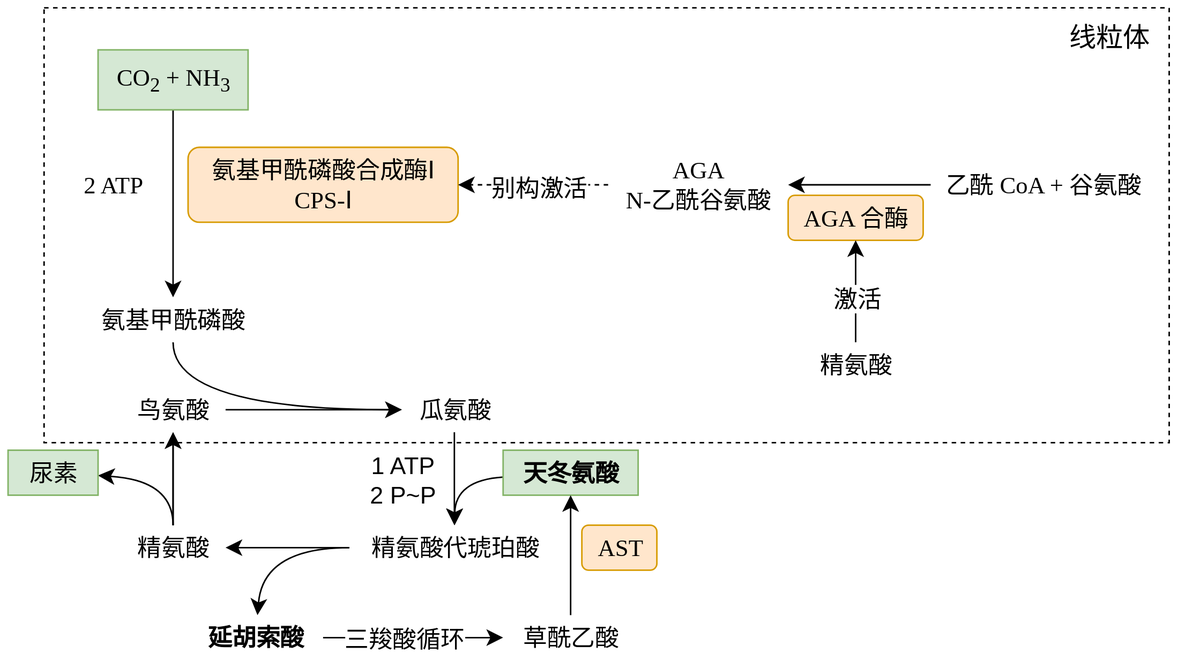
daisilia/daisilia.github.io keeps this draw.io diagram as content/series/生物化学与分子生物学/蛋白质消化吸收和氨基酸代谢/鸟氨酸循环.svg. Above is the earlier version. Source tidied: cells renumbered, new cells last; positions are measured from the earlier drawing's top-left corner, leaving out a move shared by most shapes.
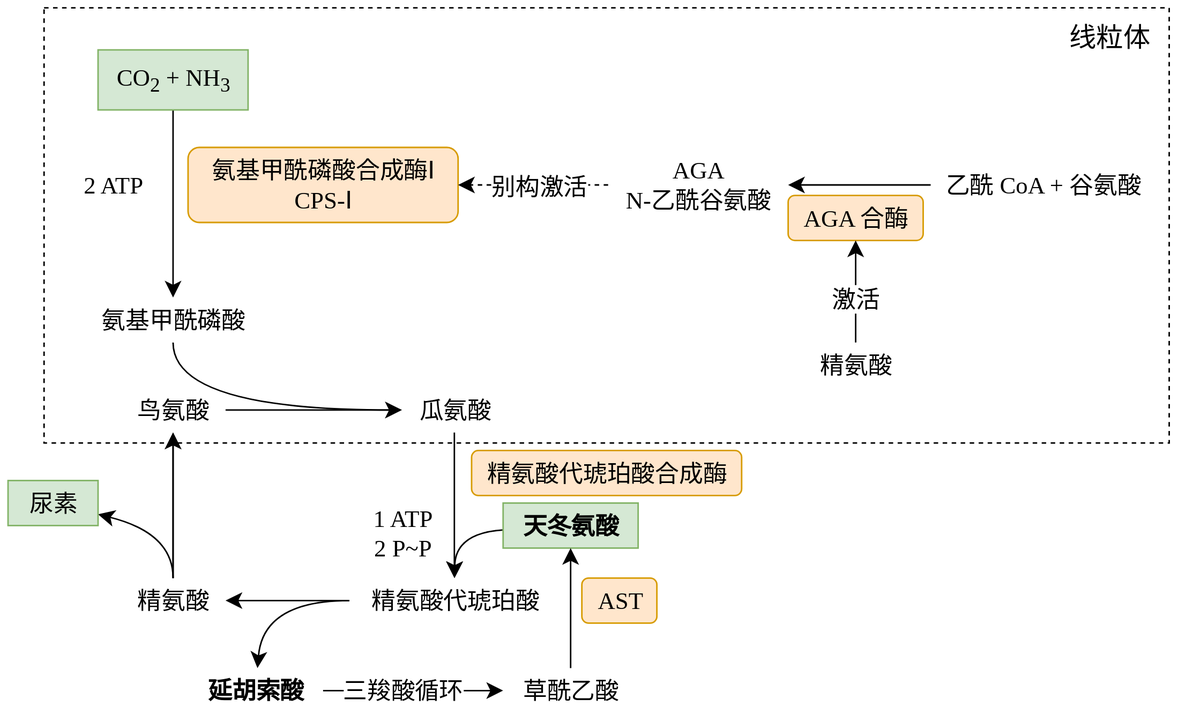
Later version of the same file.

Change to the diagram source:
```diff
@@ -42,22 +42,22 @@
     <mxCell id="13" style="edgeStyle=none;curved=1;rounded=0;jettySize=auto;html=1;fontSize=12;startSize=8;endSize=8;fontFamily=var(--font-sans);" parent="1" edge="1" source="14" target="29">
       <mxGeometry relative="1" as="geometry">
         <Array as="points">
-          <mxPoint x="170" y="360" />
+          <mxPoint x="170" y="395" />
         </Array>
       </mxGeometry>
     </mxCell>
     <mxCell id="14" value="精氨酸代琥珀酸" style="text;html=1;align=center;verticalAlign=middle;points=[];strokeColor=none;fillColor=none;fontSize=16;fontFamily=var(--font-sans);" parent="1" vertex="1">
-      <mxGeometry x="227.5" y="345" width="140" height="30" as="geometry" />
+      <mxGeometry x="227.5" y="380" width="140" height="30" as="geometry" />
     </mxCell>
     <mxCell id="15" style="edgeStyle=none;curved=1;rounded=0;jettySize=auto;html=1;fontSize=12;startSize=8;endSize=8;fontFamily=var(--font-sans);" parent="1" edge="1" source="16" target="14">
       <mxGeometry relative="1" as="geometry">
         <Array as="points">
-          <mxPoint x="298" y="315" />
+          <mxPoint x="298" y="350" />
         </Array>
       </mxGeometry>
     </mxCell>
     <mxCell id="16" value="天冬氨酸" style="text;html=1;align=center;verticalAlign=middle;points=[];strokeColor=#82b366;fillColor=#d5e8d4;fontSize=16;fontStyle=1;fontFamily=var(--font-sans);" parent="1" vertex="1">
-      <mxGeometry x="330" y="295" width="90" height="30" as="geometry" />
+      <mxGeometry x="330" y="330" width="90" height="30" as="geometry" />
     </mxCell>
     <mxCell id="17" style="edgeStyle=none;curved=1;rounded=0;jettySize=auto;html=1;fontSize=12;startSize=8;endSize=8;fontFamily=var(--font-sans);" parent="1" edge="1" source="19" target="31">
       <mxGeometry relative="1" as="geometry" />
@@ -65,15 +65,15 @@
     <mxCell id="18" style="edgeStyle=none;curved=1;rounded=0;jettySize=auto;html=1;fontSize=12;startSize=8;endSize=8;fontFamily=var(--font-sans);" parent="1" edge="1" source="19" target="20">
       <mxGeometry relative="1" as="geometry">
         <Array as="points">
-          <mxPoint x="110" y="315" />
+          <mxPoint x="110" y="350" />
         </Array>
       </mxGeometry>
     </mxCell>
     <mxCell id="19" value="精氨酸" style="text;html=1;align=center;verticalAlign=middle;points=[];strokeColor=none;fillColor=none;fontSize=16;fontFamily=var(--font-sans);" parent="1" vertex="1">
-      <mxGeometry x="75" y="345" width="70" height="30" as="geometry" />
+      <mxGeometry x="75" y="380" width="70" height="30" as="geometry" />
     </mxCell>
     <mxCell id="20" value="尿素" style="text;html=1;align=center;verticalAlign=middle;points=[];strokeColor=#82b366;fillColor=#d5e8d4;fontSize=16;fontFamily=var(--font-sans);" parent="1" vertex="1">
-      <mxGeometry y="295" width="60" height="30" as="geometry" />
+      <mxGeometry y="315" width="60" height="30" as="geometry" />
     </mxCell>
     <mxCell id="21" style="edgeStyle=none;curved=1;rounded=0;jettySize=auto;html=1;fontSize=12;startSize=8;endSize=8;dashed=1;fontFamily=var(--font-sans);" parent="1" edge="1" source="23" target="8">
       <mxGeometry relative="1" as="geometry" />
@@ -102,7 +102,7 @@
       </mxGeometry>
     </mxCell>
     <mxCell id="29" value="延胡索酸" style="text;html=1;align=center;verticalAlign=middle;points=[];strokeColor=none;fillColor=none;fontSize=16;fontStyle=1;fontFamily=var(--font-sans);" parent="1" vertex="1">
-      <mxGeometry x="120" y="405" width="90" height="30" as="geometry" />
+      <mxGeometry x="120" y="440" width="90" height="30" as="geometry" />
     </mxCell>
     <mxCell id="30" style="edgeStyle=none;curved=1;rounded=0;jettySize=auto;html=1;fontSize=12;startSize=8;endSize=8;fontFamily=var(--font-sans);" parent="1" edge="1" source="19" target="31">
       <mxGeometry relative="1" as="geometry" />
@@ -114,10 +114,10 @@
       <mxGeometry relative="1" as="geometry" />
     </mxCell>
     <mxCell id="33" value="草酰乙酸" style="text;html=1;align=center;verticalAlign=middle;points=[];strokeColor=none;fillColor=none;fontSize=16;fontFamily=var(--font-sans);" parent="1" vertex="1">
-      <mxGeometry x="330" y="405" width="90" height="30" as="geometry" />
+      <mxGeometry x="330" y="440" width="90" height="30" as="geometry" />
     </mxCell>
     <mxCell id="34" value="AST" style="text;html=1;align=center;verticalAlign=middle;strokeColor=#d79b00;fillColor=#ffe6cc;fontSize=16;rounded=1;fontFamily=var(--font-sans);" parent="1" vertex="1">
-      <mxGeometry x="382.5" y="345" width="50" height="30" as="geometry" />
+      <mxGeometry x="382.5" y="380" width="50" height="30" as="geometry" />
     </mxCell>
     <mxCell id="35" style="edgeStyle=none;curved=1;rounded=0;jettySize=auto;html=1;fontSize=12;startSize=8;endSize=8;fontFamily=var(--font-sans);" parent="1" edge="1" source="37" target="26">
       <mxGeometry relative="1" as="geometry" />
@@ -133,8 +133,11 @@
     <mxCell id="38" value="&lt;font style=&quot;font-size: 18px;&quot;&gt;线粒体&lt;/font&gt;" style="text;html=1;align=center;verticalAlign=middle;strokeColor=none;fillColor=none;fontSize=16;fontFamily=var(--font-sans);" parent="1" vertex="1">
       <mxGeometry x="694" width="80" height="40" as="geometry" />
     </mxCell>
-    <mxCell id="39" value="1 ATP&lt;br&gt;2 P~P" style="text;html=1;align=center;verticalAlign=middle;strokeColor=none;fillColor=none;fontSize=16;" parent="1" vertex="1">
-      <mxGeometry x="227.5" y="290" width="70" height="50" as="geometry" />
+    <mxCell id="39" value="1 ATP&lt;br&gt;2 P~P" style="text;html=1;align=center;verticalAlign=middle;strokeColor=none;fillColor=none;fontSize=16;fontFamily=var(--font-sans);" parent="1" vertex="1">
+      <mxGeometry x="232.5" y="325" width="60" height="50" as="geometry" />
     </mxCell>
+    <mxCell id="40" value="精氨酸代琥珀酸合成酶" style="text;html=1;align=center;verticalAlign=middle;strokeColor=#d79b00;fillColor=#ffe6cc;fontSize=16;rounded=1;fontFamily=var(--font-sans);" parent="1" vertex="1">
+      <mxGeometry x="309" y="295" width="180" height="30" as="geometry" />
+    </mxCell>
   </root>
 </mxGraphModel>
```
